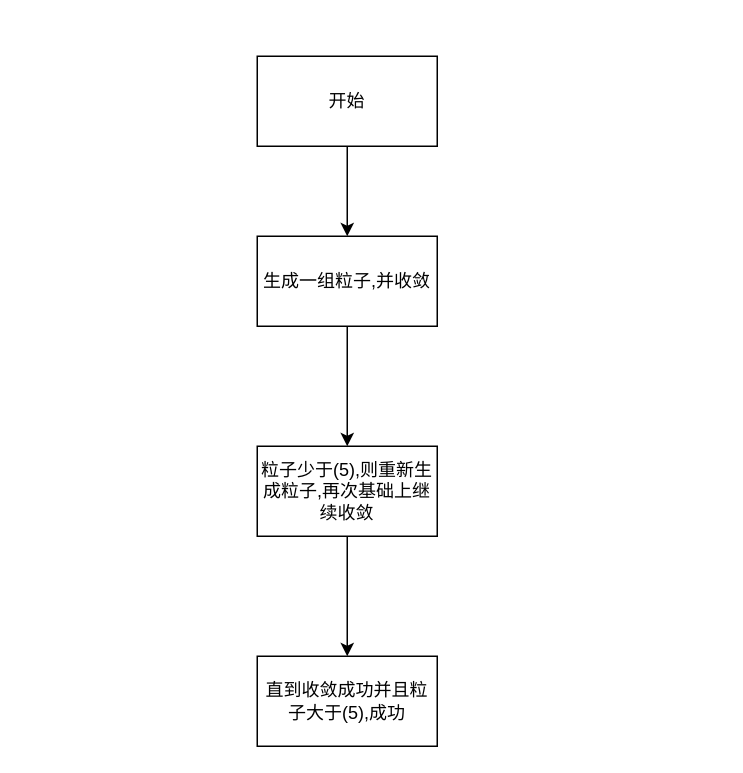
Before: page "动态重定位流程" (3 of 3) of Untitled Diagram.drawio in peitianyu/draw.io, a draw.io diagram. Source tidied: cells renumbered, new cells numbered last; positions are measured from the earlier drawing's top-left corner, leaving out a move shared by most shapes. Both pictures are drawn from the tidied source at 150%, with x=0, y=0 at pixel (256, 56).
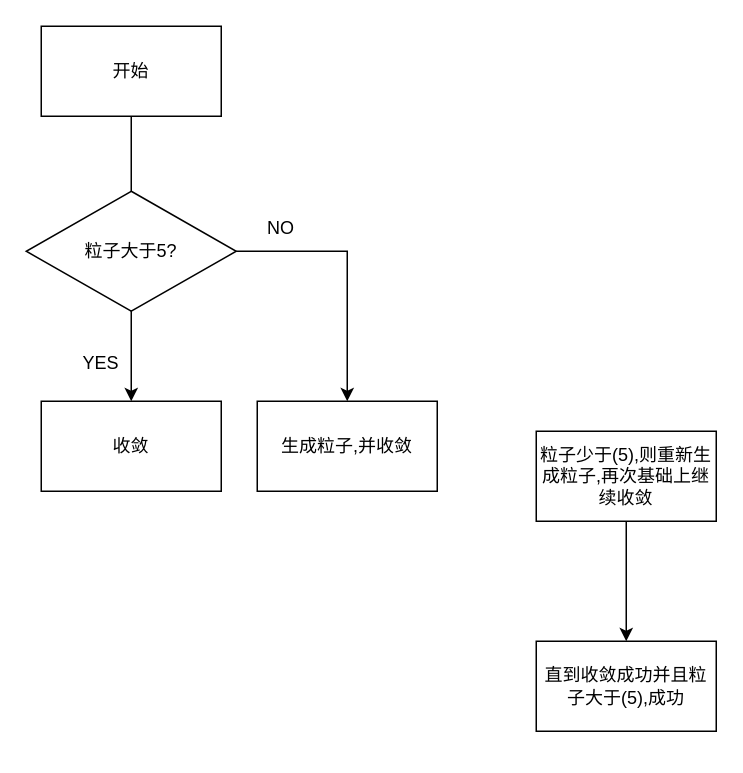
Above is the later version.

The edit, as a diff of the source:
```diff
@@
 <mxGraphModel>
   <root>
     <mxCell id="0" />
     <mxCell id="1" parent="0" />
     <mxCell id="2" style="edgeStyle=orthogonalEdgeStyle;rounded=0;jettySize=auto;html=1;" parent="1" edge="1" source="3" target="5">
       <mxGeometry relative="1" as="geometry" />
     </mxCell>
     <mxCell id="3" value="开始" style="rounded=0;whiteSpace=wrap;html=1;" parent="1" vertex="1">
-      <mxGeometry width="120" height="60" as="geometry" />
+      <mxGeometry x="-144" y="-20" width="120" height="60" as="geometry" />
     </mxCell>
-    <mxCell id="4" style="edgeStyle=orthogonalEdgeStyle;rounded=0;jettySize=auto;html=1;" parent="1" edge="1" source="5" target="7">
-      <mxGeometry relative="1" as="geometry" />
-    </mxCell>
-    <mxCell id="5" value="生成一组粒子,并收敛" style="whiteSpace=wrap;html=1;rounded=0;" parent="1" vertex="1">
-      <mxGeometry y="120" width="120" height="60" as="geometry" />
+    <mxCell id="5" value="收敛" style="whiteSpace=wrap;html=1;rounded=0;" parent="1" vertex="1">
+      <mxGeometry x="-144" y="230" width="120" height="60" as="geometry" />
     </mxCell>
     <mxCell id="6" style="edgeStyle=orthogonalEdgeStyle;rounded=0;jettySize=auto;html=1;" parent="1" edge="1" source="7" target="8">
       <mxGeometry relative="1" as="geometry" />
     </mxCell>
     <mxCell id="7" value="粒子少于(5),则重新生成粒子,再次基础上继续收敛" style="whiteSpace=wrap;html=1;rounded=0;" parent="1" vertex="1">
-      <mxGeometry y="260" width="120" height="60" as="geometry" />
+      <mxGeometry x="186" y="250" width="120" height="60" as="geometry" />
     </mxCell>
     <mxCell id="8" value="直到收敛成功并且粒子大于(5),成功" style="whiteSpace=wrap;html=1;rounded=0;" parent="1" vertex="1">
-      <mxGeometry y="400" width="120" height="60" as="geometry" />
+      <mxGeometry x="186" y="390" width="120" height="60" as="geometry" />
     </mxCell>
+    <mxCell id="9" style="edgeStyle=orthogonalEdgeStyle;rounded=0;jettySize=auto;html=1;" parent="1" edge="1" source="10" target="12">
+      <mxGeometry relative="1" as="geometry" />
+    </mxCell>
+    <mxCell id="10" value="粒子大于5?" style="rhombus;whiteSpace=wrap;html=1;" parent="1" vertex="1">
+      <mxGeometry x="-154" y="90" width="140" height="80" as="geometry" />
+    </mxCell>
+    <mxCell id="11" value="YES" style="text;html=1;strokeColor=none;fillColor=none;align=center;verticalAlign=middle;whiteSpace=wrap;rounded=0;" parent="1" vertex="1">
+      <mxGeometry x="-134" y="190" width="60" height="30" as="geometry" />
+    </mxCell>
+    <mxCell id="12" value="生成粒子,并收敛" style="whiteSpace=wrap;html=1;" parent="1" vertex="1">
+      <mxGeometry y="230" width="120" height="60" as="geometry" />
+    </mxCell>
+    <mxCell id="13" value="NO" style="text;html=1;strokeColor=none;fillColor=none;align=center;verticalAlign=middle;whiteSpace=wrap;rounded=0;" parent="1" vertex="1">
+      <mxGeometry x="-14" y="100" width="60" height="30" as="geometry" />
+    </mxCell>
   </root>
 </mxGraphModel>
```
